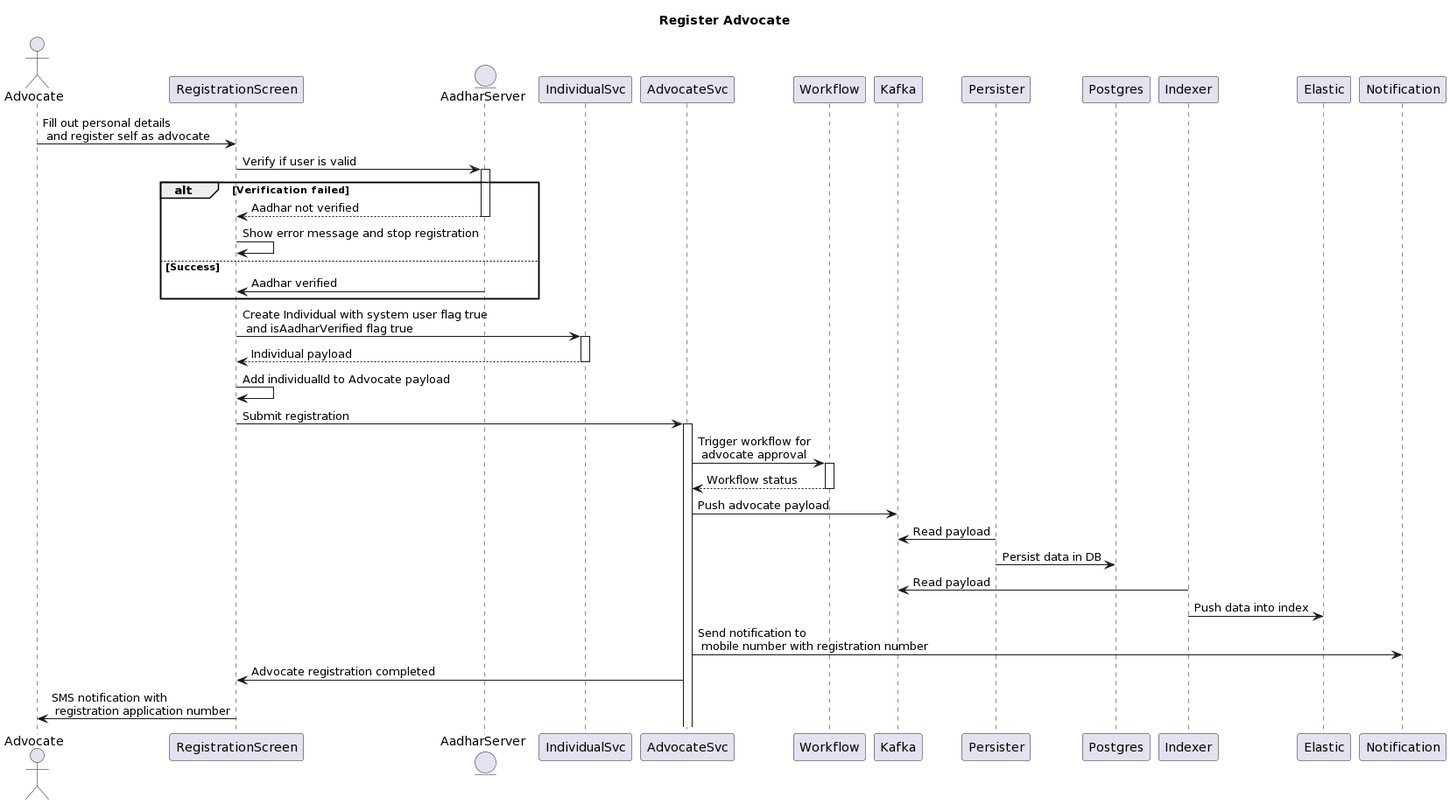
pucardotorg/dristi keeps this PlantUML diagram as docs/Advocate/SequenceDiagrams/Advocate-Create-Flow.png. Above is the earlier version.
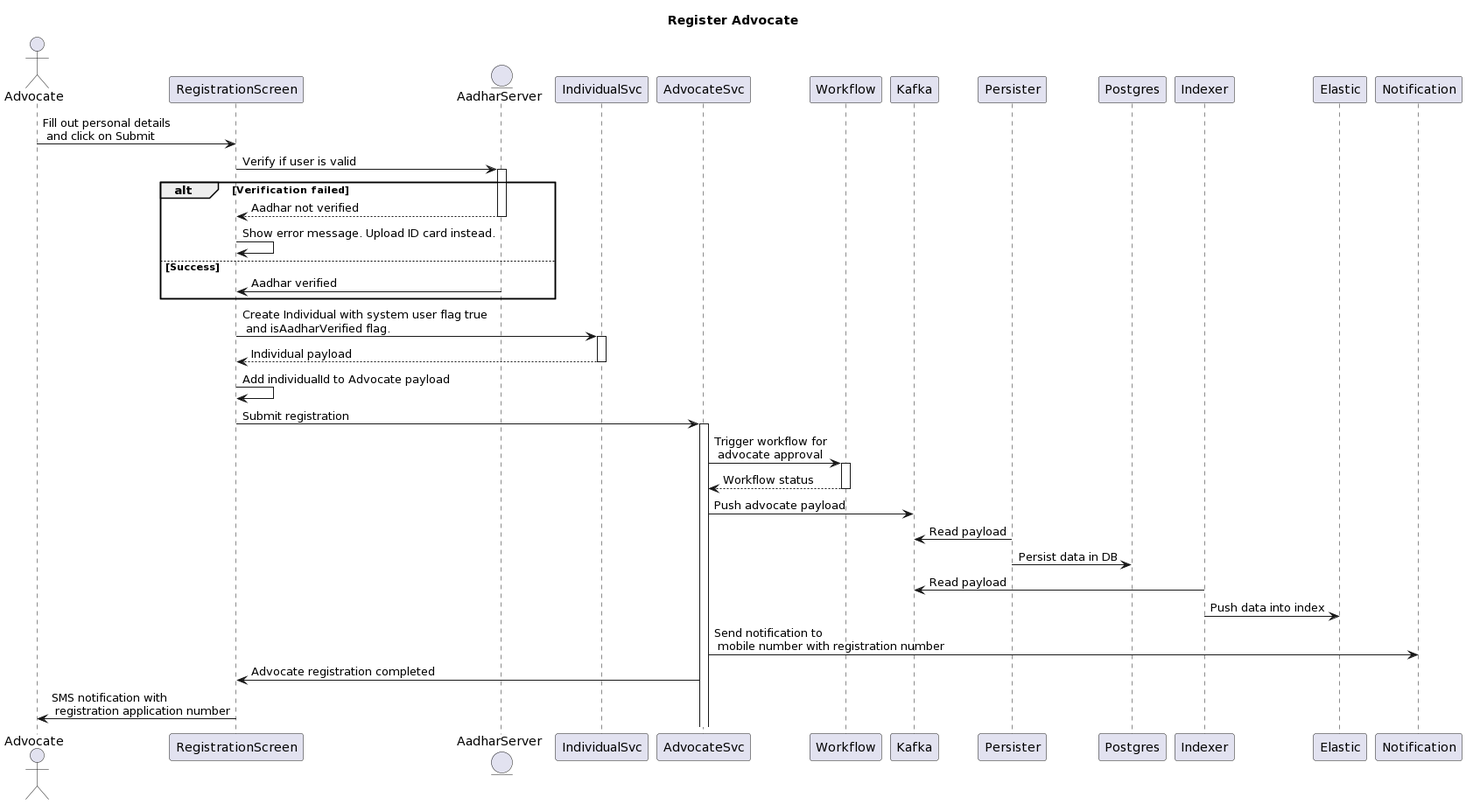
Above is the later version.

Change to the diagram source:
```diff
@@ -5,15 +5,15 @@
 Entity AadharServer as Aadhar
 participant IndividualSvc as I
 participant AdvocateSvc as A
-User -> UI : Fill out personal details \n and register self as advocate
+User -> UI: Fill out personal details \n and click on Submit
 UI -> Aadhar ++: Verify if user is valid
 alt Verification failed
   return Aadhar not verified
-  UI -> UI: Show error message and stop registration
+  UI -> UI: Show error message. Upload ID card instead.
 else Success
   Aadhar -> UI: Aadhar verified
 end
-UI -> I ++: Create Individual with system user flag true \n and isAadharVerified flag true
+UI -> I ++: Create Individual with system user flag true \n and isAadharVerified flag.
 return Individual payload
 UI -> UI: Add individualId to Advocate payload
 UI -> A ++: Submit registration
```
